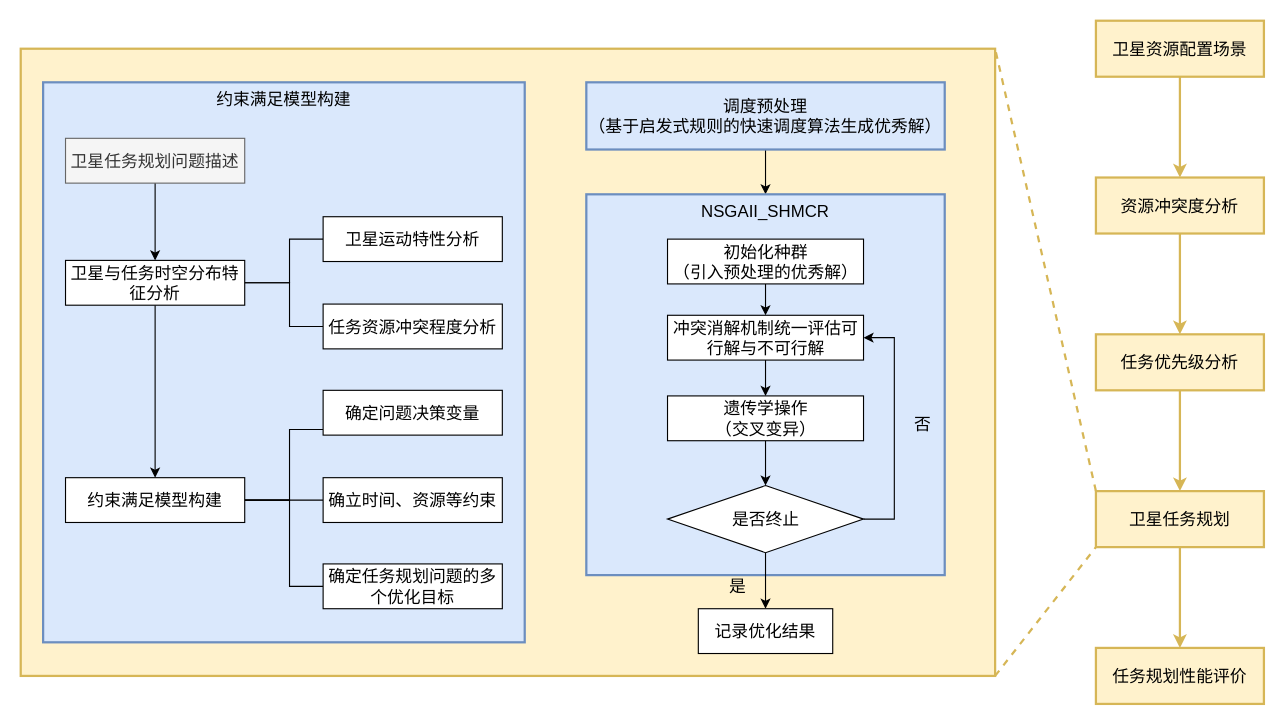
Kidulttt/drwaio keeps this draw.io diagram as 调度流程.drawio. Above is the earlier version. Source tidied: cells renumbered, new cells numbered last; positions are measured from the earlier drawing's top-left corner, leaving out a move shared by most shapes. Both pictures are drawn from the tidied source at 112%, with x=0, y=0 at pixel (20, 20).
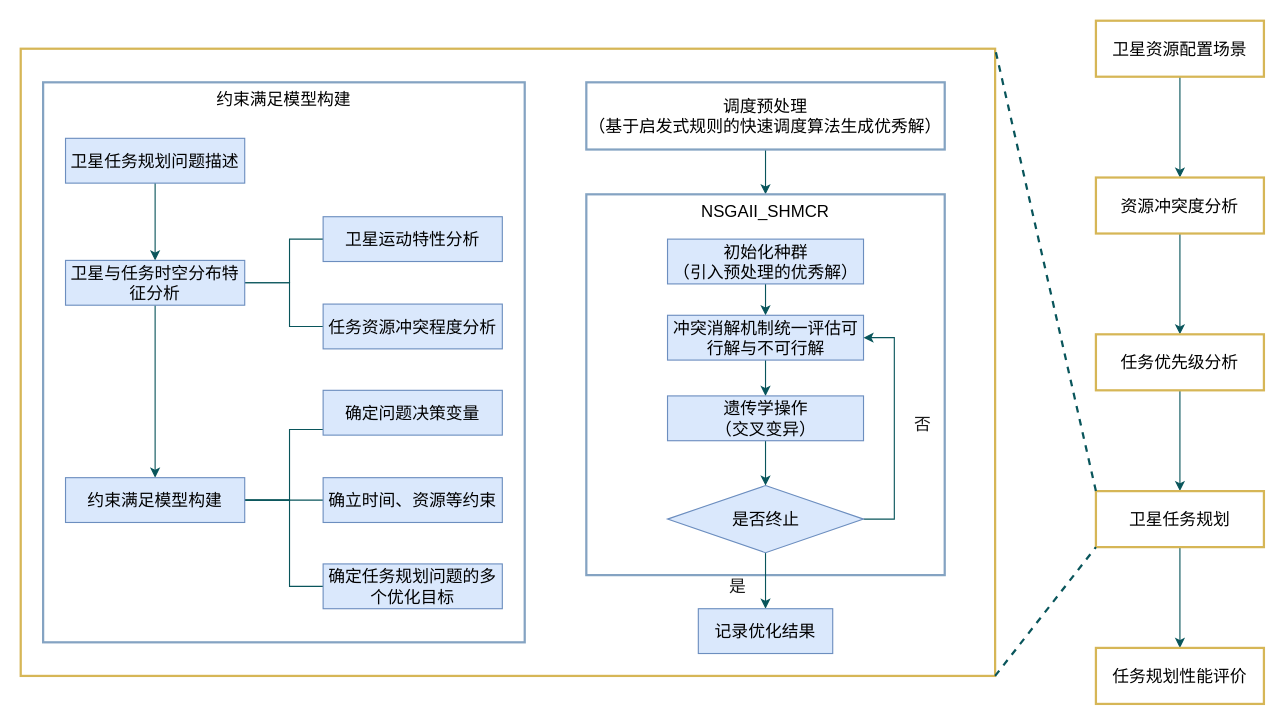
Above is the later version.

Commit message (it also covers changes not shown here):
更新调度流程.drawio

What changed in the source:
```diff
@@
-    <mxCell id="2" style="rounded=0;whiteSpace=wrap;html=1;labelBackgroundColor=none;fontSize=15;fillColor=#fff2cc;strokeColor=#d6b656;strokeWidth=2;" parent="1" vertex="1">
+    <mxCell id="2" style="rounded=0;whiteSpace=wrap;html=1;labelBackgroundColor=none;fontSize=15;fillColor=default;strokeColor=#d6b656;strokeWidth=2;fontColor=default;" parent="1" vertex="1">
       <mxGeometry y="25" width="870" height="560" as="geometry" />
     </mxCell>
-    <mxCell id="3" style="edgeStyle=orthogonalEdgeStyle;rounded=0;jettySize=auto;html=1;fontSize=15;labelBackgroundColor=none;fontColor=default;fillColor=#fff2cc;strokeColor=#d6b656;strokeWidth=2;" parent="1" edge="1" source="4" target="6">
+    <mxCell id="3" style="edgeStyle=orthogonalEdgeStyle;rounded=0;jettySize=auto;html=1;fontSize=15;labelBackgroundColor=none;fontColor=default;strokeColor=#09555B;" parent="1" edge="1" source="4" target="6">
       <mxGeometry relative="1" as="geometry" />
     </mxCell>
-    <mxCell id="4" value="卫星资源配置场景" style="rounded=0;whiteSpace=wrap;html=1;fontSize=15;strokeWidth=2;labelBackgroundColor=none;fillColor=#fff2cc;strokeColor=#d6b656;" parent="1" vertex="1">
+    <mxCell id="4" value="卫星资源配置场景" style="rounded=0;whiteSpace=wrap;html=1;fontSize=15;strokeWidth=2;labelBackgroundColor=none;fillColor=default;strokeColor=#d6b656;" parent="1" vertex="1">
       <mxGeometry x="960" width="150" height="50" as="geometry" />
     </mxCell>
-    <mxCell id="5" style="edgeStyle=orthogonalEdgeStyle;rounded=0;jettySize=auto;html=1;fontSize=15;labelBackgroundColor=none;fontColor=default;fillColor=#fff2cc;strokeColor=#d6b656;strokeWidth=2;" parent="1" edge="1" source="6" target="8">
+    <mxCell id="5" style="edgeStyle=orthogonalEdgeStyle;rounded=0;jettySize=auto;html=1;fontSize=15;labelBackgroundColor=none;fontColor=default;strokeColor=#09555B;" parent="1" edge="1" source="6" target="8">
       <mxGeometry relative="1" as="geometry" />
     </mxCell>
-    <mxCell id="6" value="资源冲突度分析" style="whiteSpace=wrap;html=1;rounded=0;fontSize=15;strokeWidth=2;labelBackgroundColor=none;fillColor=#fff2cc;strokeColor=#d6b656;" parent="1" vertex="1">
+    <mxCell id="6" value="资源冲突度分析" style="whiteSpace=wrap;html=1;rounded=0;fontSize=15;strokeWidth=2;labelBackgroundColor=none;fillColor=default;strokeColor=#d6b656;" parent="1" vertex="1">
       <mxGeometry x="960" y="140" width="150" height="50" as="geometry" />
     </mxCell>
-    <mxCell id="7" style="edgeStyle=orthogonalEdgeStyle;rounded=0;jettySize=auto;html=1;fontSize=15;labelBackgroundColor=none;fontColor=default;fillColor=#fff2cc;strokeColor=#d6b656;strokeWidth=2;" parent="1" edge="1" source="8" target="10">
+    <mxCell id="7" style="edgeStyle=orthogonalEdgeStyle;rounded=0;jettySize=auto;html=1;fontSize=15;labelBackgroundColor=none;fontColor=default;strokeColor=#09555B;" parent="1" edge="1" source="8" target="10">
       <mxGeometry relative="1" as="geometry" />
     </mxCell>
-    <mxCell id="8" value="任务优先级分析" style="whiteSpace=wrap;html=1;rounded=0;fontSize=15;strokeWidth=2;labelBackgroundColor=none;fillColor=#fff2cc;strokeColor=#d6b656;" parent="1" vertex="1">
+    <mxCell id="8" value="任务优先级分析" style="whiteSpace=wrap;html=1;rounded=0;fontSize=15;strokeWidth=2;labelBackgroundColor=none;fillColor=default;strokeColor=#d6b656;" parent="1" vertex="1">
       <mxGeometry x="960" y="280" width="150" height="50" as="geometry" />
     </mxCell>
-    <mxCell id="9" style="edgeStyle=orthogonalEdgeStyle;rounded=0;jettySize=auto;html=1;fontSize=15;labelBackgroundColor=none;fontColor=default;fillColor=#fff2cc;strokeColor=#d6b656;strokeWidth=2;" parent="1" edge="1" source="10" target="11">
+    <mxCell id="9" style="edgeStyle=orthogonalEdgeStyle;rounded=0;jettySize=auto;html=1;fontSize=15;labelBackgroundColor=none;fontColor=default;strokeColor=#09555B;" parent="1" edge="1" source="10" target="11">
       <mxGeometry relative="1" as="geometry" />
     </mxCell>
-    <mxCell id="10" value="卫星任务规划" style="whiteSpace=wrap;html=1;rounded=0;fontSize=15;strokeWidth=2;labelBackgroundColor=none;fillColor=#fff2cc;strokeColor=#d6b656;" parent="1" vertex="1">
+    <mxCell id="10" value="卫星任务规划" style="whiteSpace=wrap;html=1;rounded=0;fontSize=15;strokeWidth=2;labelBackgroundColor=none;fillColor=default;strokeColor=#d6b656;" parent="1" vertex="1">
       <mxGeometry x="960" y="420" width="150" height="50" as="geometry" />
     </mxCell>
-    <mxCell id="11" value="任务规划性能评价" style="whiteSpace=wrap;html=1;rounded=0;fontSize=15;strokeWidth=2;labelBackgroundColor=none;fillColor=#fff2cc;strokeColor=#d6b656;" parent="1" vertex="1">
+    <mxCell id="11" value="任务规划性能评价" style="whiteSpace=wrap;html=1;rounded=0;fontSize=15;strokeWidth=2;labelBackgroundColor=none;fillColor=default;strokeColor=#d6b656;" parent="1" vertex="1">
       <mxGeometry x="960" y="560" width="150" height="50" as="geometry" />
     </mxCell>
-    <mxCell id="12" value="&lt;font style=&quot;font-size: 15px;&quot;&gt;约束满足模型构建&lt;/font&gt;" style="rounded=0;whiteSpace=wrap;html=1;verticalAlign=top;fontSize=15;labelBackgroundColor=none;fillColor=#dae8fc;strokeColor=#6c8ebf;strokeWidth=2;" parent="1" vertex="1">
+    <mxCell id="12" value="&lt;font style=&quot;font-size: 15px;&quot;&gt;约束满足模型构建&lt;/font&gt;" style="rounded=0;whiteSpace=wrap;html=1;verticalAlign=top;fontSize=15;labelBackgroundColor=none;strokeWidth=2;fillColor=default;strokeColor=#84A3C2;" parent="1" vertex="1">
       <mxGeometry x="20" y="55" width="430" height="500" as="geometry" />
     </mxCell>
-    <mxCell id="13" style="edgeStyle=orthogonalEdgeStyle;rounded=0;jettySize=auto;html=1;fontSize=15;labelBackgroundColor=none;fontColor=default;" parent="1" edge="1" source="14" target="18">
+    <mxCell id="13" style="edgeStyle=orthogonalEdgeStyle;rounded=0;jettySize=auto;html=1;fontSize=15;labelBackgroundColor=none;fontColor=default;strokeColor=#09555B;" parent="1" edge="1" source="14" target="18">
       <mxGeometry relative="1" as="geometry" />
     </mxCell>
-    <mxCell id="14" value="卫星任务规划问题描述" style="rounded=0;whiteSpace=wrap;html=1;fontSize=15;labelBackgroundColor=none;fillColor=#f5f5f5;fontColor=#333333;strokeColor=#666666;" parent="1" vertex="1">
+    <mxCell id="14" value="卫星任务规划问题描述" style="rounded=0;whiteSpace=wrap;html=1;fontSize=15;labelBackgroundColor=none;fillColor=#dae8fc;strokeColor=#6c8ebf;" parent="1" vertex="1">
       <mxGeometry x="40" y="105" width="160" height="40" as="geometry" />
     </mxCell>
-    <mxCell id="15" style="edgeStyle=orthogonalEdgeStyle;rounded=0;jettySize=auto;html=1;fontSize=15;labelBackgroundColor=none;fontColor=default;" parent="1" edge="1" source="18" target="22">
+    <mxCell id="15" style="edgeStyle=orthogonalEdgeStyle;rounded=0;jettySize=auto;html=1;fontSize=15;labelBackgroundColor=none;fontColor=default;strokeColor=#09555B;" parent="1" edge="1" source="18" target="22">
       <mxGeometry relative="1" as="geometry" />
     </mxCell>
-    <mxCell id="16" style="edgeStyle=orthogonalEdgeStyle;rounded=0;jettySize=auto;html=1;endArrow=none;endFill=0;fontSize=15;labelBackgroundColor=none;fontColor=default;" parent="1" edge="1" source="18" target="23">
+    <mxCell id="16" style="edgeStyle=orthogonalEdgeStyle;rounded=0;jettySize=auto;html=1;endArrow=none;endFill=0;fontSize=15;labelBackgroundColor=none;fontColor=default;strokeColor=#09555B;" parent="1" edge="1" source="18" target="23">
       <mxGeometry relative="1" as="geometry">
         <Array as="points">
           <mxPoint x="240" y="234" />
           <mxPoint x="240" y="195" />
         </Array>
       </mxGeometry>
     </mxCell>
-    <mxCell id="17" style="edgeStyle=orthogonalEdgeStyle;rounded=0;jettySize=auto;html=1;entryX=0;entryY=0.5;entryDx=0;entryDy=0;endArrow=none;endFill=0;fontSize=15;labelBackgroundColor=none;fontColor=default;" parent="1" edge="1" source="18" target="24">
+    <mxCell id="17" style="edgeStyle=orthogonalEdgeStyle;rounded=0;jettySize=auto;html=1;entryX=0;entryY=0.5;entryDx=0;entryDy=0;endArrow=none;endFill=0;fontSize=15;labelBackgroundColor=none;fontColor=default;strokeColor=#09555B;" parent="1" edge="1" source="18" target="24">
       <mxGeometry relative="1" as="geometry">
         <Array as="points">
           <mxPoint x="240" y="234" />
           <mxPoint x="240" y="273" />
         </Array>
       </mxGeometry>
     </mxCell>
-    <mxCell id="18" value="卫星与任务时空分布特征分析" style="whiteSpace=wrap;html=1;rounded=0;fontSize=15;labelBackgroundColor=none;" parent="1" vertex="1">
+    <mxCell id="18" value="卫星与任务时空分布特征分析" style="whiteSpace=wrap;html=1;rounded=0;fontSize=15;labelBackgroundColor=none;fillColor=#dae8fc;strokeColor=#6c8ebf;" parent="1" vertex="1">
       <mxGeometry x="40" y="214" width="160" height="40" as="geometry" />
     </mxCell>
-    <mxCell id="19" style="edgeStyle=orthogonalEdgeStyle;rounded=0;jettySize=auto;html=1;endArrow=none;endFill=0;fontSize=15;labelBackgroundColor=none;fontColor=default;" parent="1" edge="1" source="22" target="25">
+    <mxCell id="19" style="edgeStyle=orthogonalEdgeStyle;rounded=0;jettySize=auto;html=1;endArrow=none;endFill=0;fontSize=15;labelBackgroundColor=none;fontColor=default;strokeColor=#09555B;" parent="1" edge="1" source="22" target="25">
       <mxGeometry relative="1" as="geometry">
         <Array as="points">
           <mxPoint x="240" y="428" />
           <mxPoint x="240" y="365" />
         </Array>
       </mxGeometry>
     </mxCell>
-    <mxCell id="20" style="edgeStyle=orthogonalEdgeStyle;rounded=0;jettySize=auto;html=1;exitX=1;exitY=0.5;exitDx=0;exitDy=0;entryX=0;entryY=0.5;entryDx=0;entryDy=0;endArrow=none;endFill=0;fontSize=15;labelBackgroundColor=none;fontColor=default;" parent="1" edge="1" source="22" target="27">
+    <mxCell id="20" style="edgeStyle=orthogonalEdgeStyle;rounded=0;jettySize=auto;html=1;exitX=1;exitY=0.5;exitDx=0;exitDy=0;entryX=0;entryY=0.5;entryDx=0;entryDy=0;endArrow=none;endFill=0;fontSize=15;labelBackgroundColor=none;fontColor=default;strokeColor=#09555B;" parent="1" edge="1" source="22" target="27">
       <mxGeometry relative="1" as="geometry">
         <Array as="points">
           <mxPoint x="240" y="428" />
           <mxPoint x="240" y="505" />
         </Array>
       </mxGeometry>
     </mxCell>
-    <mxCell id="21" style="edgeStyle=orthogonalEdgeStyle;rounded=0;jettySize=auto;html=1;exitX=1;exitY=0.5;exitDx=0;exitDy=0;entryX=0;entryY=0.5;entryDx=0;entryDy=0;endArrow=none;endFill=0;fontSize=15;labelBackgroundColor=none;fontColor=default;" parent="1" edge="1" source="22" target="26">
+    <mxCell id="21" style="edgeStyle=orthogonalEdgeStyle;rounded=0;jettySize=auto;html=1;exitX=1;exitY=0.5;exitDx=0;exitDy=0;entryX=0;entryY=0.5;entryDx=0;entryDy=0;endArrow=none;endFill=0;fontSize=15;labelBackgroundColor=none;fontColor=default;strokeColor=#09555B;" parent="1" edge="1" source="22" target="26">
       <mxGeometry relative="1" as="geometry" />
     </mxCell>
-    <mxCell id="22" value="约束满足模型构建" style="whiteSpace=wrap;html=1;rounded=0;fontSize=15;labelBackgroundColor=none;" parent="1" vertex="1">
+    <mxCell id="22" value="约束满足模型构建" style="whiteSpace=wrap;html=1;rounded=0;fontSize=15;labelBackgroundColor=none;fillColor=#dae8fc;strokeColor=#6c8ebf;" parent="1" vertex="1">
       <mxGeometry x="40" y="408" width="160" height="40" as="geometry" />
     </mxCell>
-    <mxCell id="23" value="卫星运动特性分析" style="whiteSpace=wrap;html=1;rounded=0;fontSize=15;labelBackgroundColor=none;" parent="1" vertex="1">
+    <mxCell id="23" value="卫星运动特性分析" style="whiteSpace=wrap;html=1;rounded=0;fontSize=15;labelBackgroundColor=none;fillColor=#dae8fc;strokeColor=#6c8ebf;" parent="1" vertex="1">
       <mxGeometry x="270" y="175" width="160" height="40" as="geometry" />
     </mxCell>
-    <mxCell id="24" value="任务资源冲突程度分析" style="whiteSpace=wrap;html=1;rounded=0;fontSize=15;labelBackgroundColor=none;" parent="1" vertex="1">
+    <mxCell id="24" value="任务资源冲突程度分析" style="whiteSpace=wrap;html=1;rounded=0;fontSize=15;labelBackgroundColor=none;fillColor=#dae8fc;strokeColor=#6c8ebf;" parent="1" vertex="1">
       <mxGeometry x="270" y="253" width="160" height="40" as="geometry" />
     </mxCell>
-    <mxCell id="25" value="确定问题决策变量" style="whiteSpace=wrap;html=1;rounded=0;fontSize=15;labelBackgroundColor=none;" parent="1" vertex="1">
+    <mxCell id="25" value="确定问题决策变量" style="whiteSpace=wrap;html=1;rounded=0;fontSize=15;labelBackgroundColor=none;fillColor=#dae8fc;strokeColor=#6c8ebf;" parent="1" vertex="1">
       <mxGeometry x="270" y="330" width="160" height="40" as="geometry" />
     </mxCell>
-    <mxCell id="26" value="确立时间、资源等约束" style="whiteSpace=wrap;html=1;rounded=0;fontSize=15;labelBackgroundColor=none;" parent="1" vertex="1">
+    <mxCell id="26" value="确立时间、资源等约束" style="whiteSpace=wrap;html=1;rounded=0;fontSize=15;labelBackgroundColor=none;fillColor=#dae8fc;strokeColor=#6c8ebf;" parent="1" vertex="1">
       <mxGeometry x="270" y="408" width="160" height="40" as="geometry" />
     </mxCell>
-    <mxCell id="27" value="确定任务规划问题的多个优化目标" style="whiteSpace=wrap;html=1;rounded=0;fontSize=15;labelBackgroundColor=none;" parent="1" vertex="1">
+    <mxCell id="27" value="确定任务规划问题的多个优化目标" style="whiteSpace=wrap;html=1;rounded=0;fontSize=15;labelBackgroundColor=none;fillColor=#dae8fc;strokeColor=#6c8ebf;" parent="1" vertex="1">
       <mxGeometry x="270" y="485" width="160" height="40" as="geometry" />
     </mxCell>
-    <mxCell id="28" style="edgeStyle=orthogonalEdgeStyle;rounded=0;jettySize=auto;html=1;fontSize=15;labelBackgroundColor=none;fontColor=default;" parent="1" edge="1" source="29" target="30">
+    <mxCell id="28" style="edgeStyle=orthogonalEdgeStyle;rounded=0;jettySize=auto;html=1;fontSize=15;labelBackgroundColor=none;fontColor=default;strokeColor=#09555B;" parent="1" edge="1" source="29" target="30">
       <mxGeometry relative="1" as="geometry" />
     </mxCell>
-    <mxCell id="29" value="调度预处理&lt;br style=&quot;font-size: 15px;&quot;&gt;（基于启发式规则的快速调度算法生成优秀解）" style="rounded=0;whiteSpace=wrap;html=1;verticalAlign=middle;fontSize=15;labelBackgroundColor=none;fillColor=#dae8fc;strokeColor=#6c8ebf;strokeWidth=2;" parent="1" vertex="1">
+    <mxCell id="29" value="调度预处理&lt;br style=&quot;font-size: 15px;&quot;&gt;（基于启发式规则的快速调度算法生成优秀解）" style="rounded=0;whiteSpace=wrap;html=1;verticalAlign=middle;fontSize=15;labelBackgroundColor=none;fillColor=default;strokeColor=#84A3C2;strokeWidth=2;fontColor=default;" parent="1" vertex="1">
       <mxGeometry x="505" y="55" width="320" height="60" as="geometry" />
     </mxCell>
-    <mxCell id="30" value="NSGAII_SHMCR" style="rounded=0;whiteSpace=wrap;html=1;verticalAlign=top;fontSize=15;labelBackgroundColor=none;fillColor=#dae8fc;strokeColor=#6c8ebf;strokeWidth=2;" parent="1" vertex="1">
+    <mxCell id="30" value="NSGAII_SHMCR" style="rounded=0;whiteSpace=wrap;html=1;verticalAlign=top;fontSize=15;labelBackgroundColor=none;fillColor=default;strokeColor=#84A3C2;strokeWidth=2;fontColor=default;" parent="1" vertex="1">
       <mxGeometry x="505" y="155" width="320" height="340" as="geometry" />
     </mxCell>
-    <mxCell id="31" style="edgeStyle=orthogonalEdgeStyle;rounded=0;jettySize=auto;html=1;fontSize=15;labelBackgroundColor=none;fontColor=default;" parent="1" edge="1" source="32" target="34">
+    <mxCell id="31" style="edgeStyle=orthogonalEdgeStyle;rounded=0;jettySize=auto;html=1;fontSize=15;labelBackgroundColor=none;fontColor=default;strokeColor=#09555B;" parent="1" edge="1" source="32" target="34">
       <mxGeometry relative="1" as="geometry" />
     </mxCell>
-    <mxCell id="32" value="初始化种群&lt;br style=&quot;font-size: 15px;&quot;&gt;（引入预处理的优秀解）" style="rounded=0;whiteSpace=wrap;html=1;fontSize=15;labelBackgroundColor=none;" parent="1" vertex="1">
+    <mxCell id="32" value="初始化种群&lt;br style=&quot;font-size: 15px;&quot;&gt;（引入预处理的优秀解）" style="rounded=0;whiteSpace=wrap;html=1;fontSize=15;labelBackgroundColor=none;fillColor=#dae8fc;strokeColor=#6c8ebf;" parent="1" vertex="1">
       <mxGeometry x="577.5" y="195" width="175" height="40" as="geometry" />
     </mxCell>
-    <mxCell id="33" style="edgeStyle=orthogonalEdgeStyle;rounded=0;jettySize=auto;html=1;fontSize=15;labelBackgroundColor=none;fontColor=default;" parent="1" edge="1" source="34" target="36">
+    <mxCell id="33" style="edgeStyle=orthogonalEdgeStyle;rounded=0;jettySize=auto;html=1;fontSize=15;labelBackgroundColor=none;fontColor=default;strokeColor=#09555B;" parent="1" edge="1" source="34" target="36">
       <mxGeometry relative="1" as="geometry" />
     </mxCell>
-    <mxCell id="34" value="冲突消解机制统一评估可行解与不可行解" style="whiteSpace=wrap;html=1;rounded=0;fontSize=15;labelBackgroundColor=none;" parent="1" vertex="1">
+    <mxCell id="34" value="冲突消解机制统一评估可行解与不可行解" style="whiteSpace=wrap;html=1;rounded=0;fontSize=15;labelBackgroundColor=none;fillColor=#dae8fc;strokeColor=#6c8ebf;" parent="1" vertex="1">
       <mxGeometry x="577.5" y="263" width="175" height="40" as="geometry" />
     </mxCell>
-    <mxCell id="35" style="edgeStyle=orthogonalEdgeStyle;rounded=0;jettySize=auto;html=1;fontSize=15;labelBackgroundColor=none;fontColor=default;" parent="1" edge="1" source="36" target="39">
+    <mxCell id="35" style="edgeStyle=orthogonalEdgeStyle;rounded=0;jettySize=auto;html=1;fontSize=15;labelBackgroundColor=none;fontColor=default;strokeColor=#09555B;" parent="1" edge="1" source="36" target="39">
       <mxGeometry relative="1" as="geometry" />
     </mxCell>
-    <mxCell id="36" value="遗传学操作&lt;br style=&quot;font-size: 15px;&quot;&gt;（交叉变异）" style="whiteSpace=wrap;html=1;rounded=0;fontSize=15;labelBackgroundColor=none;" parent="1" vertex="1">
+    <mxCell id="36" value="遗传学操作&lt;br style=&quot;font-size: 15px;&quot;&gt;（交叉变异）" style="whiteSpace=wrap;html=1;rounded=0;fontSize=15;labelBackgroundColor=none;fillColor=#dae8fc;strokeColor=#6c8ebf;" parent="1" vertex="1">
       <mxGeometry x="577.5" y="335" width="175" height="40" as="geometry" />
     </mxCell>
-    <mxCell id="37" style="edgeStyle=orthogonalEdgeStyle;rounded=0;jettySize=auto;html=1;exitX=1;exitY=0.5;exitDx=0;exitDy=0;entryX=1;entryY=0.5;entryDx=0;entryDy=0;labelBackgroundColor=none;fontColor=default;fontSize=15;" parent="1" edge="1" source="39" target="34">
+    <mxCell id="37" style="edgeStyle=orthogonalEdgeStyle;rounded=0;jettySize=auto;html=1;exitX=1;exitY=0.5;exitDx=0;exitDy=0;entryX=1;entryY=0.5;entryDx=0;entryDy=0;labelBackgroundColor=none;fontColor=default;fontSize=15;strokeColor=#09555B;" parent="1" edge="1" source="39" target="34">
       <mxGeometry relative="1" as="geometry">
         <Array as="points">
           <mxPoint x="780" y="445" />
           <mxPoint x="780" y="283" />
         </Array>
       </mxGeometry>
     </mxCell>
-    <mxCell id="38" style="edgeStyle=orthogonalEdgeStyle;rounded=0;jettySize=auto;html=1;exitX=0.5;exitY=1;exitDx=0;exitDy=0;entryX=0.5;entryY=0;entryDx=0;entryDy=0;labelBackgroundColor=none;fontColor=default;fontSize=15;" parent="1" edge="1" source="39" target="40">
+    <mxCell id="38" style="edgeStyle=orthogonalEdgeStyle;rounded=0;jettySize=auto;html=1;exitX=0.5;exitY=1;exitDx=0;exitDy=0;entryX=0.5;entryY=0;entryDx=0;entryDy=0;labelBackgroundColor=none;fontColor=default;fontSize=15;strokeColor=#09555B;" parent="1" edge="1" source="39" target="40">
       <mxGeometry relative="1" as="geometry" />
     </mxCell>
-    <mxCell id="39" value="是否终止" style="rhombus;whiteSpace=wrap;html=1;rounded=0;fontSize=15;labelBackgroundColor=none;" parent="1" vertex="1">
+    <mxCell id="39" value="是否终止" style="rhombus;whiteSpace=wrap;html=1;rounded=0;fontSize=15;labelBackgroundColor=none;fillColor=#dae8fc;strokeColor=#6c8ebf;" parent="1" vertex="1">
       <mxGeometry x="577.5" y="415" width="175" height="60" as="geometry" />
     </mxCell>
-    <mxCell id="40" value="记录优化结果" style="whiteSpace=wrap;html=1;rounded=0;fontSize=15;labelBackgroundColor=none;" parent="1" vertex="1">
+    <mxCell id="40" value="记录优化结果" style="whiteSpace=wrap;html=1;rounded=0;fontSize=15;labelBackgroundColor=none;fillColor=#dae8fc;strokeColor=#6c8ebf;" parent="1" vertex="1">
       <mxGeometry x="605" y="525" width="120" height="40" as="geometry" />
     </mxCell>
-    <mxCell id="41" value="是" style="text;html=1;align=center;verticalAlign=middle;strokeColor=none;fillColor=none;fontSize=15;" parent="1" vertex="1">
+    <mxCell id="41" value="是" style="text;html=1;align=center;verticalAlign=middle;strokeColor=none;fillColor=none;fontSize=15;labelBackgroundColor=none;fontColor=#1A1A1A;" parent="1" vertex="1">
       <mxGeometry x="620" y="490" width="40" height="30" as="geometry" />
     </mxCell>
-    <mxCell id="42" value="否" style="text;html=1;align=center;verticalAlign=middle;strokeColor=none;fillColor=none;fontSize=15;" parent="1" vertex="1">
+    <mxCell id="42" value="否" style="text;html=1;align=center;verticalAlign=middle;strokeColor=none;fillColor=none;fontSize=15;labelBackgroundColor=none;fontColor=#1A1A1A;" parent="1" vertex="1">
       <mxGeometry x="785" y="345" width="40" height="30" as="geometry" />
     </mxCell>
-    <mxCell id="43" style="endArrow=none;dashed=1;html=1;rounded=0;exitX=0;exitY=0;exitDx=0;exitDy=0;entryX=1;entryY=0;entryDx=0;entryDy=0;fillColor=#fff2cc;strokeColor=#d6b656;strokeWidth=2;fontSize=15;" parent="1" edge="1" source="10" target="2">
+    <mxCell id="43" style="endArrow=none;dashed=1;html=1;rounded=0;exitX=0;exitY=0;exitDx=0;exitDy=0;entryX=1;entryY=0;entryDx=0;entryDy=0;strokeColor=#09555B;strokeWidth=2;fontSize=15;labelBackgroundColor=none;fontColor=default;" parent="1" edge="1" source="10" target="2">
       <mxGeometry relative="1" as="geometry" />
     </mxCell>
-    <mxCell id="44" style="endArrow=none;dashed=1;html=1;rounded=0;entryX=0;entryY=1;entryDx=0;entryDy=0;exitX=1;exitY=1;exitDx=0;exitDy=0;fillColor=#fff2cc;strokeColor=#d6b656;strokeWidth=2;fontSize=15;" parent="1" edge="1" source="2" target="10">
+    <mxCell id="44" style="endArrow=none;dashed=1;html=1;rounded=0;entryX=0;entryY=1;entryDx=0;entryDy=0;exitX=1;exitY=1;exitDx=0;exitDy=0;strokeColor=#09555B;strokeWidth=2;fontSize=15;labelBackgroundColor=none;fontColor=default;" parent="1" edge="1" source="2" target="10">
       <mxGeometry relative="1" as="geometry" />
     </mxCell>
```
